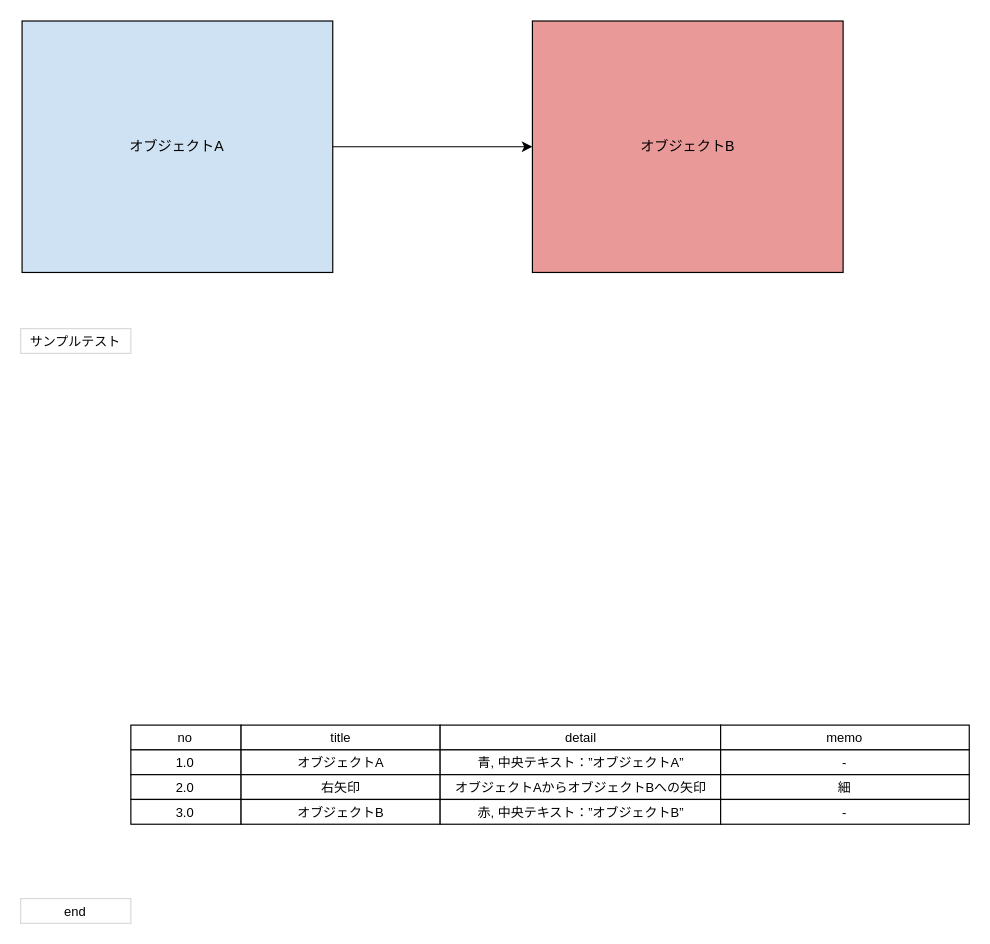
Before: doc/20.InternalDesign/00.POC/06/poc06_output.drawio in falsecometrue/officeNIKI, a draw.io diagram. Source tidied: cells renumbered, new cells numbered last; positions are measured from the earlier drawing's top-left corner, leaving out a move shared by most shapes. Both pictures are drawn from the tidied source at 118%, with x=0, y=0 at pixel (20, 20).
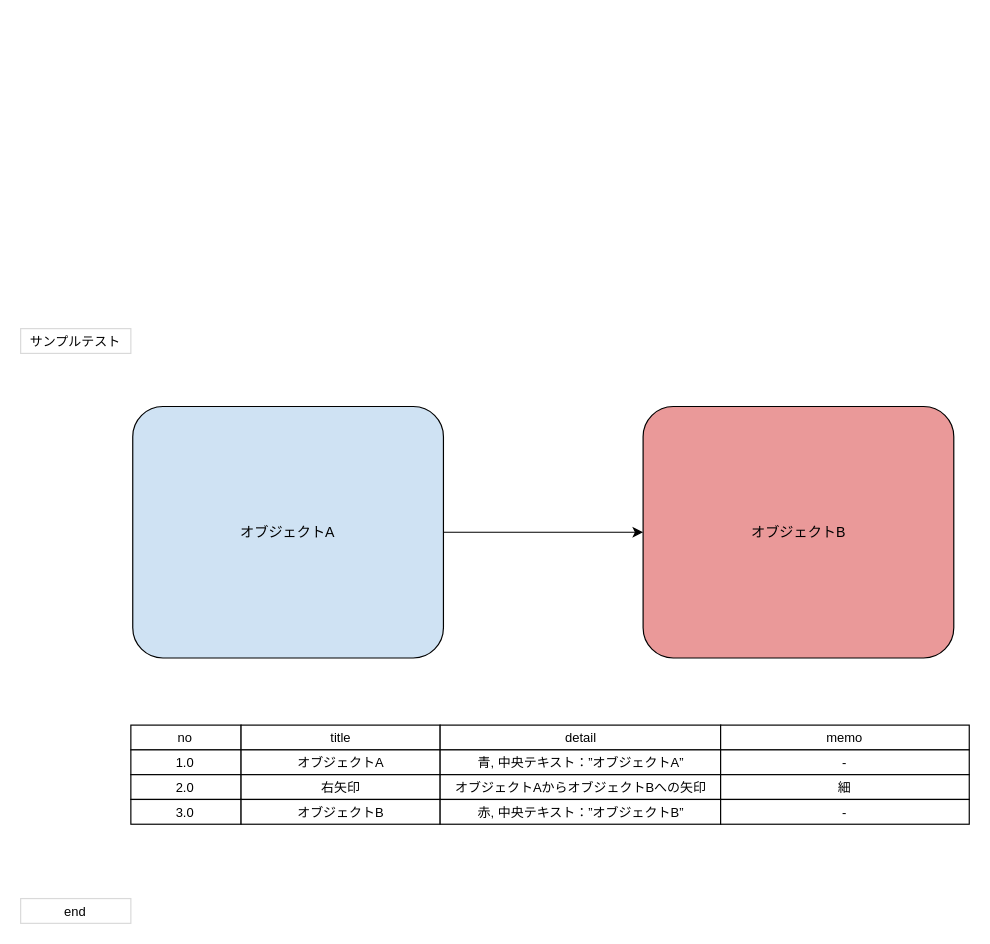
The same page after the edit.

What changed in the source:
```diff
@@
-    <mxCell id="20" value="オブジェクトA" style="rounded=0;whiteSpace=wrap;html=1;fillColor=#CFE2F3;strokeColor=#000000;" parent="1" vertex="1">
-      <mxGeometry x="1.2" y="0.3" width="263.3" height="213.1" as="geometry" />
+    <mxCell id="20" value="オブジェクトA" style="rounded=1;arcSize=12;whiteSpace=wrap;html=1;fillColor=#CFE2F3;strokeColor=#000000;" parent="1" vertex="1">
+      <mxGeometry x="95" y="327" width="263.3" height="213.1" as="geometry" />
     </mxCell>
-    <mxCell id="21" value="オブジェクトB" style="rounded=0;whiteSpace=wrap;html=1;fillColor=#EA9999;strokeColor=#000000;" parent="1" vertex="1">
-      <mxGeometry x="433.7" y="0.3" width="263.3" height="213.1" as="geometry" />
+    <mxCell id="21" value="オブジェクトB" style="rounded=1;arcSize=12;whiteSpace=wrap;html=1;fillColor=#EA9999;strokeColor=#000000;" parent="1" vertex="1">
+      <mxGeometry x="527.5" y="327" width="263.3" height="213.1" as="geometry" />
     </mxCell>
```
